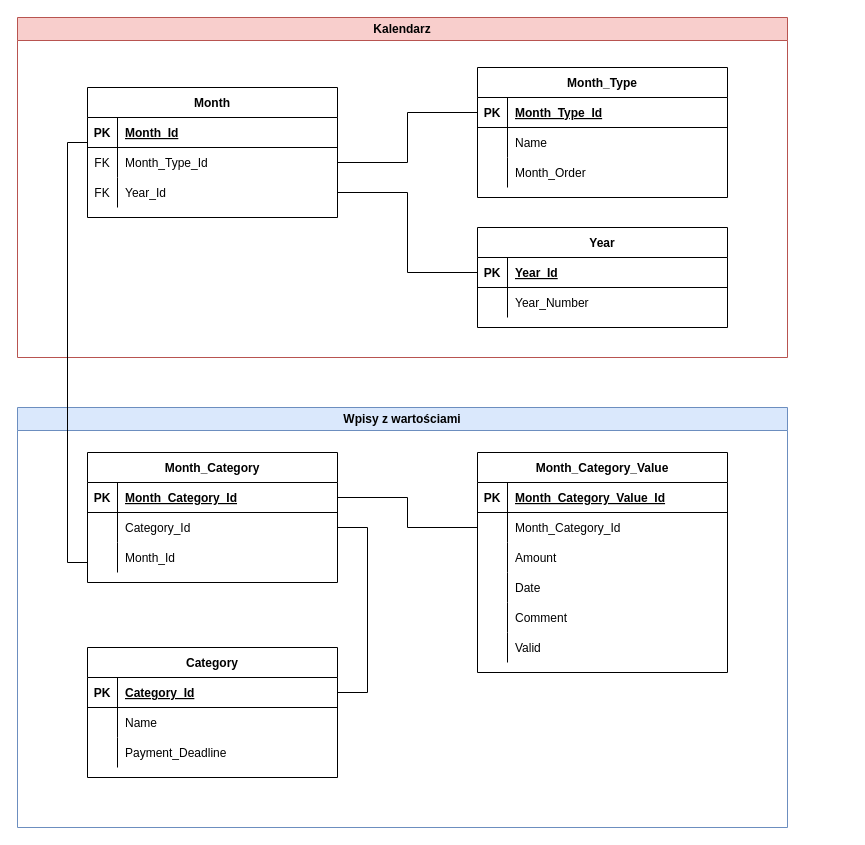
This is my_finances/my_finances_db_schema.drawio from lacoste125/draws_io, a draw.io file, before an edit. Source tidied: cells renumbered, new cells numbered last; positions are measured from the earlier drawing's top-left corner, leaving out a move shared by most shapes. Both pictures are drawn from the tidied source at 100%, with x=0, y=0 at pixel (17, 17).
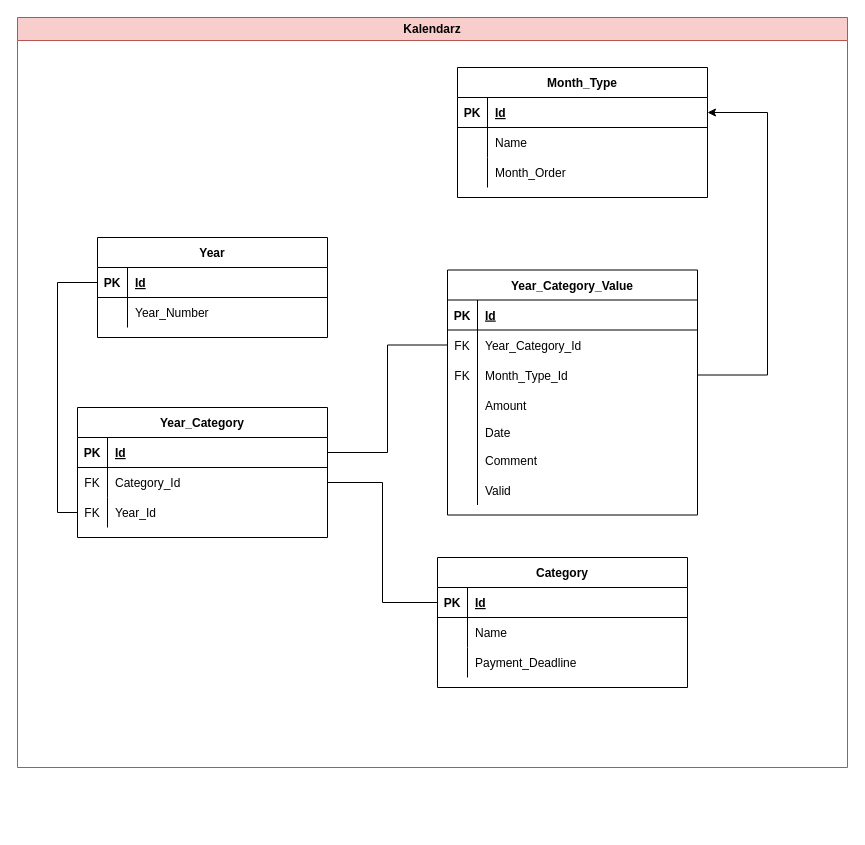
The same page after the edit.

Commit message:
MYSZ-26: new database structure

The change refers to these unchanged cells:
```xml
<mxCell id="22" style="shape=partialRectangle;fillColor=none;points=[[0,0.5],[1,0.5]];portConstraint=eastwest;top=0;left=0;right=0;bottom=1;" parent="21" vertex="1">
  <mxGeometry y="30" width="250" height="30" as="geometry" />
</mxCell>
<mxCell id="44" style="shape=partialRectangle;fillColor=none;top=0;left=0;right=0;bottom=1;" parent="43" vertex="1">
  <mxGeometry y="30" width="250" height="30" as="geometry" />
</mxCell>
<mxCell id="47" style="shape=partialRectangle;fillColor=none;points=[[0,0.5],[1,0.5]];portConstraint=eastwest;top=0;left=0;right=0;bottom=0;" parent="43" vertex="1">
  <mxGeometry y="60" width="250" height="30" as="geometry" />
</mxCell>
<mxCell id="63" style="shape=partialRectangle;fillColor=none;points=[[0,0.5],[1,0.5]];portConstraint=eastwest;top=0;left=0;right=0;bottom=1;" parent="62" vertex="1">
  <mxGeometry y="30" width="250" height="30" as="geometry" />
</mxCell>
<mxCell id="66" style="shape=partialRectangle;fillColor=none;points=[[0,0.5],[1,0.5]];portConstraint=eastwest;top=0;left=0;right=0;bottom=0;" parent="62" vertex="1">
  <mxGeometry y="60" width="250" height="30" as="geometry" />
</mxCell>
<mxCell id="69" style="shape=partialRectangle;fillColor=none;points=[[0,0.5],[1,0.5]];portConstraint=eastwest;top=0;left=0;right=0;bottom=0;" parent="62" vertex="1">
  <mxGeometry y="90" width="250" height="30" as="geometry" />
</mxCell>
```

What changed in the source:
```diff
@@
     <mxCell id="2" value="Kalendarz" style="swimlane;whiteSpace=wrap;html=1;fillColor=#f8cecc;strokeColor=#b85450;" parent="1" vertex="1">
-      <mxGeometry width="770" height="340" as="geometry" />
+      <mxGeometry width="830" height="750" as="geometry" />
     </mxCell>
-    <mxCell id="3" value="Month" style="shape=table;startSize=30;childLayout=tableLayout;rowLines=0;fontStyle=1;align=center;" parent="2" vertex="1">
-      <mxGeometry x="70" y="70" width="250" height="130" as="geometry" />
-    </mxCell>
-    <mxCell id="4" style="shape=partialRectangle;fillColor=none;points=[[0,0.5],[1,0.5]];portConstraint=eastwest;top=0;left=0;right=0;bottom=1;" parent="3" vertex="1">
-      <mxGeometry y="30" width="250" height="30" as="geometry" />
-    </mxCell>
-    <mxCell id="5" value="PK" style="shape=partialRectangle;overflow=hidden;fillColor=none;top=0;left=0;bottom=0;right=0;fontStyle=1;" parent="4" vertex="1">
-      <mxGeometry width="30" height="30" as="geometry" />
-    </mxCell>
-    <mxCell id="6" value="Month_Id" style="shape=partialRectangle;overflow=hidden;fillColor=none;top=0;left=0;bottom=0;right=0;align=left;spacingLeft=6;fontStyle=5;" parent="4" vertex="1">
-      <mxGeometry x="30" width="220" height="30" as="geometry" />
-    </mxCell>
-    <mxCell id="7" style="shape=partialRectangle;fillColor=none;points=[[0,0.5],[1,0.5]];portConstraint=eastwest;top=0;left=0;right=0;bottom=0;" parent="3" vertex="1">
-      <mxGeometry y="60" width="250" height="30" as="geometry" />
-    </mxCell>
-    <mxCell id="8" value="FK" style="shape=partialRectangle;overflow=hidden;fillColor=none;top=0;left=0;bottom=0;right=0;" parent="7" vertex="1">
-      <mxGeometry width="30" height="30" as="geometry" />
-    </mxCell>
-    <mxCell id="9" value="Month_Type_Id" style="shape=partialRectangle;overflow=hidden;fillColor=none;top=0;left=0;bottom=0;right=0;align=left;spacingLeft=6;" parent="7" vertex="1">
-      <mxGeometry x="30" width="220" height="30" as="geometry" />
-    </mxCell>
-    <mxCell id="10" style="shape=partialRectangle;fillColor=none;points=[[0,0.5],[1,0.5]];portConstraint=eastwest;top=0;left=0;right=0;bottom=0;" parent="3" vertex="1">
-      <mxGeometry y="90" width="250" height="30" as="geometry" />
-    </mxCell>
-    <mxCell id="11" value="FK" style="shape=partialRectangle;overflow=hidden;fillColor=none;top=0;left=0;bottom=0;right=0;" parent="10" vertex="1">
-      <mxGeometry width="30" height="30" as="geometry" />
-    </mxCell>
-    <mxCell id="12" value="Year_Id" style="shape=partialRectangle;overflow=hidden;fillColor=none;top=0;left=0;bottom=0;right=0;align=left;spacingLeft=6;" parent="10" vertex="1">
-      <mxGeometry x="30" width="220" height="30" as="geometry" />
-    </mxCell>
     <mxCell id="13" value="Year" style="shape=table;startSize=30;childLayout=tableLayout;rowLines=0;fontStyle=1;align=center;" parent="2" vertex="1">
-      <mxGeometry x="460" y="210" width="250" height="100" as="geometry" />
+      <mxGeometry x="80" y="220" width="230" height="100" as="geometry" />
     </mxCell>
     <mxCell id="14" style="shape=partialRectangle;fillColor=none;points=[[0,0.5],[1,0.5]];portConstraint=eastwest;top=0;left=0;right=0;bottom=1;" parent="13" vertex="1">
-      <mxGeometry y="30" width="250" height="30" as="geometry" />
+      <mxGeometry y="30" width="230" height="30" as="geometry" />
     </mxCell>
@@
-    <mxCell id="16" value="Year_Id" style="shape=partialRectangle;overflow=hidden;fillColor=none;top=0;left=0;bottom=0;right=0;align=left;spacingLeft=6;fontStyle=5;" parent="14" vertex="1">
-      <mxGeometry x="30" width="220" height="30" as="geometry" />
+    <mxCell id="16" value="Id" style="shape=partialRectangle;overflow=hidden;fillColor=none;top=0;left=0;bottom=0;right=0;align=left;spacingLeft=6;fontStyle=5;" parent="14" vertex="1">
+      <mxGeometry x="30" width="200" height="30" as="geometry" />
     </mxCell>
     <mxCell id="17" style="shape=partialRectangle;fillColor=none;top=0;left=0;right=0;bottom=0;" parent="13" vertex="1">
-      <mxGeometry y="60" width="250" height="30" as="geometry" />
+      <mxGeometry y="60" width="230" height="30" as="geometry" />
     </mxCell>
@@
     <mxCell id="19" value="Year_Number" style="shape=partialRectangle;overflow=hidden;fillColor=none;top=0;left=0;bottom=0;right=0;align=left;spacingLeft=6;" parent="17" vertex="1">
-      <mxGeometry x="30" width="220" height="30" as="geometry" />
+      <mxGeometry x="30" width="200" height="30" as="geometry" />
     </mxCell>
-    <mxCell id="20" style="edgeStyle=elbowEdgeStyle;endArrow=none;startArrow=none;endFill=0;startFill=0;rounded=0;" parent="2" edge="1" source="14" target="10">
-      <mxGeometry relative="1" as="geometry" />
-    </mxCell>
     <mxCell id="21" value="Month_Type" style="shape=table;startSize=30;childLayout=tableLayout;rowLines=0;fontStyle=1;align=center;" parent="2" vertex="1">
-      <mxGeometry x="460" y="50" width="250" height="130" as="geometry" />
+      <mxGeometry x="440" y="50" width="250" height="130" as="geometry" />
     </mxCell>
@@
-    <mxCell id="24" value="Month_Type_Id" style="shape=partialRectangle;overflow=hidden;fillColor=none;top=0;left=0;bottom=0;right=0;align=left;spacingLeft=6;fontStyle=5;" parent="22" vertex="1">
+    <mxCell id="24" value="Id" style="shape=partialRectangle;overflow=hidden;fillColor=none;top=0;left=0;bottom=0;right=0;align=left;spacingLeft=6;fontStyle=5;" parent="22" vertex="1">
       <mxGeometry x="30" width="220" height="30" as="geometry" />
     </mxCell>
@@
-    <mxCell id="31" style="edgeStyle=orthogonalEdgeStyle;rounded=0;jettySize=auto;html=1;endArrow=none;endFill=0;" parent="2" edge="1" source="22" target="7">
-      <mxGeometry relative="1" as="geometry" />
-    </mxCell>
-    <mxCell id="32" value="Wpisy z wartościami" style="swimlane;whiteSpace=wrap;html=1;fillColor=#dae8fc;strokeColor=#6c8ebf;" parent="1" vertex="1">
-      <mxGeometry y="390" width="770" height="420" as="geometry" />
-    </mxCell>
-    <mxCell id="33" value="Category" style="shape=table;startSize=30;childLayout=tableLayout;rowLines=0;fontStyle=1;align=center;" parent="32" vertex="1">
-      <mxGeometry x="70" y="240" width="250" height="130" as="geometry" />
-    </mxCell>
-    <mxCell id="34" style="shape=partialRectangle;fillColor=none;points=[[0,0.5],[1,0.5]];portConstraint=eastwest;top=0;left=0;right=0;bottom=1;" parent="33" vertex="1">
-      <mxGeometry y="30" width="250" height="30" as="geometry" />
-    </mxCell>
-    <mxCell id="35" value="PK" style="shape=partialRectangle;overflow=hidden;fillColor=none;top=0;left=0;bottom=0;right=0;fontStyle=1;" parent="34" vertex="1">
-      <mxGeometry width="30" height="30" as="geometry" />
-    </mxCell>
-    <mxCell id="36" value="Category_Id" style="shape=partialRectangle;overflow=hidden;fillColor=none;top=0;left=0;bottom=0;right=0;align=left;spacingLeft=6;fontStyle=5;" parent="34" vertex="1">
-      <mxGeometry x="30" width="220" height="30" as="geometry" />
-    </mxCell>
-    <mxCell id="37" style="shape=partialRectangle;fillColor=none;top=0;left=0;right=0;bottom=0;" parent="33" vertex="1">
-      <mxGeometry y="60" width="250" height="30" as="geometry" />
-    </mxCell>
-    <mxCell id="38" style="shape=partialRectangle;overflow=hidden;fillColor=none;top=0;left=0;bottom=0;right=0;" parent="37" vertex="1">
-      <mxGeometry width="30" height="30" as="geometry" />
-    </mxCell>
-    <mxCell id="39" value="Name" style="shape=partialRectangle;overflow=hidden;fillColor=none;top=0;left=0;bottom=0;right=0;align=left;spacingLeft=6;" parent="37" vertex="1">
-      <mxGeometry x="30" width="220" height="30" as="geometry" />
-    </mxCell>
-    <mxCell id="40" style="shape=partialRectangle;fillColor=none;top=0;left=0;right=0;bottom=0;" parent="33" vertex="1">
-      <mxGeometry y="90" width="250" height="30" as="geometry" />
-    </mxCell>
-    <mxCell id="41" style="shape=partialRectangle;overflow=hidden;fillColor=none;top=0;left=0;bottom=0;right=0;" parent="40" vertex="1">
-      <mxGeometry width="30" height="30" as="geometry" />
-    </mxCell>
-    <mxCell id="42" value="Payment_Deadline" style="shape=partialRectangle;overflow=hidden;fillColor=none;top=0;left=0;bottom=0;right=0;align=left;spacingLeft=6;" parent="40" vertex="1">
-      <mxGeometry x="30" width="220" height="30" as="geometry" />
-    </mxCell>
-    <mxCell id="43" value="Month_Category_Value" style="shape=table;startSize=30;childLayout=tableLayout;rowLines=0;fontStyle=1;align=center;" parent="32" vertex="1">
-      <mxGeometry x="460" y="45" width="250" height="220" as="geometry" />
+    <mxCell id="43" value="Year_Category_Value" style="shape=table;startSize=30;childLayout=tableLayout;rowLines=0;fontStyle=1;align=center;" parent="2" vertex="1">
+      <mxGeometry x="430" y="252.5" width="250" height="245" as="geometry" />
     </mxCell>
@@
-    <mxCell id="46" value="Month_Category_Value_Id" style="shape=partialRectangle;overflow=hidden;fillColor=none;top=0;left=0;bottom=0;right=0;align=left;spacingLeft=6;fontStyle=5;" parent="44" vertex="1">
+    <mxCell id="46" value="Id" style="shape=partialRectangle;overflow=hidden;fillColor=none;top=0;left=0;bottom=0;right=0;align=left;spacingLeft=6;fontStyle=5;" parent="44" vertex="1">
       <mxGeometry x="30" width="220" height="30" as="geometry" />
     </mxCell>
@@
-    <mxCell id="48" style="shape=partialRectangle;overflow=hidden;fillColor=none;top=0;left=0;bottom=0;right=0;" parent="47" vertex="1">
+    <mxCell id="48" value="FK" style="shape=partialRectangle;overflow=hidden;fillColor=none;top=0;left=0;bottom=0;right=0;" parent="47" vertex="1">
       <mxGeometry width="30" height="30" as="geometry" />
     </mxCell>
-    <mxCell id="49" value="Month_Category_Id" style="shape=partialRectangle;overflow=hidden;fillColor=none;top=0;left=0;bottom=0;right=0;align=left;spacingLeft=6;" parent="47" vertex="1">
+    <mxCell id="49" value="Year_Category_Id" style="shape=partialRectangle;overflow=hidden;fillColor=none;top=0;left=0;bottom=0;right=0;align=left;spacingLeft=6;" parent="47" vertex="1">
       <mxGeometry x="30" width="220" height="30" as="geometry" />
     </mxCell>
+    <mxCell id="10" style="shape=partialRectangle;fillColor=none;points=[[0,0.5],[1,0.5]];portConstraint=eastwest;top=0;left=0;right=0;bottom=0;" parent="43" vertex="1">
+      <mxGeometry y="90" width="250" height="30" as="geometry" />
+    </mxCell>
+    <mxCell id="75" value="FK" style="shape=partialRectangle;overflow=hidden;fillColor=none;top=0;left=0;bottom=0;right=0;" parent="10" vertex="1">
+      <mxGeometry width="30" height="30" as="geometry" />
+    </mxCell>
+    <mxCell id="9" value="Month_Type_Id" style="shape=partialRectangle;overflow=hidden;fillColor=none;top=0;left=0;bottom=0;right=0;align=left;spacingLeft=6;" parent="10" vertex="1">
+      <mxGeometry x="30" width="220" height="30" as="geometry" />
+    </mxCell>
     <mxCell id="50" style="shape=partialRectangle;fillColor=none;top=0;left=0;right=0;bottom=0;" parent="43" vertex="1">
-      <mxGeometry y="90" width="250" height="30" as="geometry" />
+      <mxGeometry y="120" width="250" height="30" as="geometry" />
     </mxCell>
@@
     <mxCell id="53" style="shape=partialRectangle;fillColor=none;top=0;left=0;right=0;bottom=0;" parent="43" vertex="1">
-      <mxGeometry y="120" width="250" height="30" as="geometry" />
+      <mxGeometry y="150" width="250" height="25" as="geometry" />
     </mxCell>
     <mxCell id="54" style="shape=partialRectangle;overflow=hidden;fillColor=none;top=0;left=0;bottom=0;right=0;" parent="53" vertex="1">
-      <mxGeometry width="30" height="30" as="geometry" />
+      <mxGeometry width="30" height="25" as="geometry" />
     </mxCell>
     <mxCell id="55" value="Date" style="shape=partialRectangle;overflow=hidden;fillColor=none;top=0;left=0;bottom=0;right=0;align=left;spacingLeft=6;" parent="53" vertex="1">
-      <mxGeometry x="30" width="220" height="30" as="geometry" />
+      <mxGeometry x="30" width="220" height="25" as="geometry" />
     </mxCell>
     <mxCell id="56" style="shape=partialRectangle;fillColor=none;top=0;left=0;right=0;bottom=0;" parent="43" vertex="1">
-      <mxGeometry y="150" width="250" height="30" as="geometry" />
+      <mxGeometry y="175" width="250" height="30" as="geometry" />
     </mxCell>
@@
     <mxCell id="59" style="shape=partialRectangle;fillColor=none;top=0;left=0;right=0;bottom=0;" parent="43" vertex="1">
-      <mxGeometry y="180" width="250" height="30" as="geometry" />
+      <mxGeometry y="205" width="250" height="30" as="geometry" />
     </mxCell>
@@
+    <mxCell id="33" value="Category" style="shape=table;startSize=30;childLayout=tableLayout;rowLines=0;fontStyle=1;align=center;" parent="2" vertex="1">
+      <mxGeometry x="420" y="540" width="250" height="130" as="geometry" />
+    </mxCell>
+    <mxCell id="34" style="shape=partialRectangle;fillColor=none;points=[[0,0.5],[1,0.5]];portConstraint=eastwest;top=0;left=0;right=0;bottom=1;" parent="33" vertex="1">
+      <mxGeometry y="30" width="250" height="30" as="geometry" />
+    </mxCell>
+    <mxCell id="35" value="PK" style="shape=partialRectangle;overflow=hidden;fillColor=none;top=0;left=0;bottom=0;right=0;fontStyle=1;" parent="34" vertex="1">
+      <mxGeometry width="30" height="30" as="geometry" />
+    </mxCell>
+    <mxCell id="36" value="Id" style="shape=partialRectangle;overflow=hidden;fillColor=none;top=0;left=0;bottom=0;right=0;align=left;spacingLeft=6;fontStyle=5;" parent="34" vertex="1">
+      <mxGeometry x="30" width="220" height="30" as="geometry" />
+    </mxCell>
+    <mxCell id="37" style="shape=partialRectangle;fillColor=none;top=0;left=0;right=0;bottom=0;" parent="33" vertex="1">
+      <mxGeometry y="60" width="250" height="30" as="geometry" />
+    </mxCell>
+    <mxCell id="38" style="shape=partialRectangle;overflow=hidden;fillColor=none;top=0;left=0;bottom=0;right=0;" parent="37" vertex="1">
+      <mxGeometry width="30" height="30" as="geometry" />
+    </mxCell>
+    <mxCell id="39" value="Name" style="shape=partialRectangle;overflow=hidden;fillColor=none;top=0;left=0;bottom=0;right=0;align=left;spacingLeft=6;" parent="37" vertex="1">
+      <mxGeometry x="30" width="220" height="30" as="geometry" />
+    </mxCell>
+    <mxCell id="40" style="shape=partialRectangle;fillColor=none;top=0;left=0;right=0;bottom=0;" parent="33" vertex="1">
+      <mxGeometry y="90" width="250" height="30" as="geometry" />
+    </mxCell>
+    <mxCell id="41" style="shape=partialRectangle;overflow=hidden;fillColor=none;top=0;left=0;bottom=0;right=0;" parent="40" vertex="1">
+      <mxGeometry width="30" height="30" as="geometry" />
+    </mxCell>
+    <mxCell id="42" value="Payment_Deadline" style="shape=partialRectangle;overflow=hidden;fillColor=none;top=0;left=0;bottom=0;right=0;align=left;spacingLeft=6;" parent="40" vertex="1">
+      <mxGeometry x="30" width="220" height="30" as="geometry" />
+    </mxCell>
-    <mxCell id="62" value="Month_Category" style="shape=table;startSize=30;childLayout=tableLayout;rowLines=0;fontStyle=1;align=center;" parent="32" vertex="1">
-      <mxGeometry x="70" y="45" width="250" height="130" as="geometry" />
+    <mxCell id="62" value="Year_Category" style="shape=table;startSize=30;childLayout=tableLayout;rowLines=0;fontStyle=1;align=center;" parent="2" vertex="1">
+      <mxGeometry x="60" y="390" width="250" height="130" as="geometry" />
     </mxCell>
@@
-    <mxCell id="65" value="Month_Category_Id" style="shape=partialRectangle;overflow=hidden;fillColor=none;top=0;left=0;bottom=0;right=0;align=left;spacingLeft=6;fontStyle=5;" parent="63" vertex="1">
+    <mxCell id="65" value="Id" style="shape=partialRectangle;overflow=hidden;fillColor=none;top=0;left=0;bottom=0;right=0;align=left;spacingLeft=6;fontStyle=5;" parent="63" vertex="1">
       <mxGeometry x="30" width="220" height="30" as="geometry" />
     </mxCell>
@@
-    <mxCell id="67" style="shape=partialRectangle;overflow=hidden;fillColor=none;top=0;left=0;bottom=0;right=0;" parent="66" vertex="1">
+    <mxCell id="67" value="FK" style="shape=partialRectangle;overflow=hidden;fillColor=none;top=0;left=0;bottom=0;right=0;" parent="66" vertex="1">
       <mxGeometry width="30" height="30" as="geometry" />
     </mxCell>
@@
-    <mxCell id="70" style="shape=partialRectangle;overflow=hidden;fillColor=none;top=0;left=0;bottom=0;right=0;" parent="69" vertex="1">
+    <mxCell id="70" value="FK" style="shape=partialRectangle;overflow=hidden;fillColor=none;top=0;left=0;bottom=0;right=0;" parent="69" vertex="1">
       <mxGeometry width="30" height="30" as="geometry" />
     </mxCell>
-    <mxCell id="71" value="Month_Id" style="shape=partialRectangle;overflow=hidden;fillColor=none;top=0;left=0;bottom=0;right=0;align=left;spacingLeft=6;" parent="69" vertex="1">
+    <mxCell id="71" value="Year_Id" style="shape=partialRectangle;overflow=hidden;fillColor=none;top=0;left=0;bottom=0;right=0;align=left;spacingLeft=6;" parent="69" vertex="1">
       <mxGeometry x="30" width="220" height="30" as="geometry" />
     </mxCell>
-    <mxCell id="72" style="edgeStyle=orthogonalEdgeStyle;rounded=0;jettySize=auto;html=1;endArrow=none;endFill=0;" parent="32" edge="1" source="47" target="63">
+    <mxCell id="72" style="edgeStyle=orthogonalEdgeStyle;rounded=0;jettySize=auto;html=1;endArrow=none;endFill=0;" parent="2" edge="1" source="47" target="63">
       <mxGeometry relative="1" as="geometry" />
     </mxCell>
-    <mxCell id="73" style="edgeStyle=orthogonalEdgeStyle;rounded=0;jettySize=auto;html=1;endArrow=none;endFill=0;" parent="32" edge="1" source="66" target="34">
-      <mxGeometry relative="1" as="geometry">
-        <Array as="points">
-          <mxPoint x="350" y="120" />
-          <mxPoint x="350" y="285" />
-        </Array>
-      </mxGeometry>
-    </mxCell>
-    <mxCell id="74" style="edgeStyle=orthogonalEdgeStyle;rounded=0;jettySize=auto;html=1;endArrow=none;endFill=0;" parent="1" edge="1" source="4" target="69">
-      <mxGeometry relative="1" as="geometry">
-        <Array as="points">
-          <mxPoint x="50" y="125" />
-          <mxPoint x="50" y="545" />
-        </Array>
-      </mxGeometry>
-    </mxCell>
+    <mxCell id="76" style="edgeStyle=orthogonalEdgeStyle;rounded=0;jettySize=auto;html=1;endArrow=none;endFill=0;" parent="2" edge="1" source="34" target="66">
+      <mxGeometry relative="1" as="geometry" />
+    </mxCell>
+    <mxCell id="20" style="edgeStyle=elbowEdgeStyle;endArrow=none;startArrow=none;endFill=0;startFill=0;rounded=0;entryX=0;entryY=0.5;entryDx=0;entryDy=0;" parent="2" edge="1" source="14" target="69">
+      <mxGeometry relative="1" as="geometry">
+        <Array as="points">
+          <mxPoint x="40" y="390" />
+        </Array>
+      </mxGeometry>
+    </mxCell>
+    <mxCell id="77" style="edgeStyle=orthogonalEdgeStyle;rounded=0;jettySize=auto;html=1;entryX=1;entryY=0.5;entryDx=0;entryDy=0;" parent="2" edge="1" source="10" target="22">
+      <mxGeometry relative="1" as="geometry">
+        <Array as="points">
+          <mxPoint x="750" y="358" />
+          <mxPoint x="750" y="95" />
+        </Array>
+      </mxGeometry>
+    </mxCell>
```
